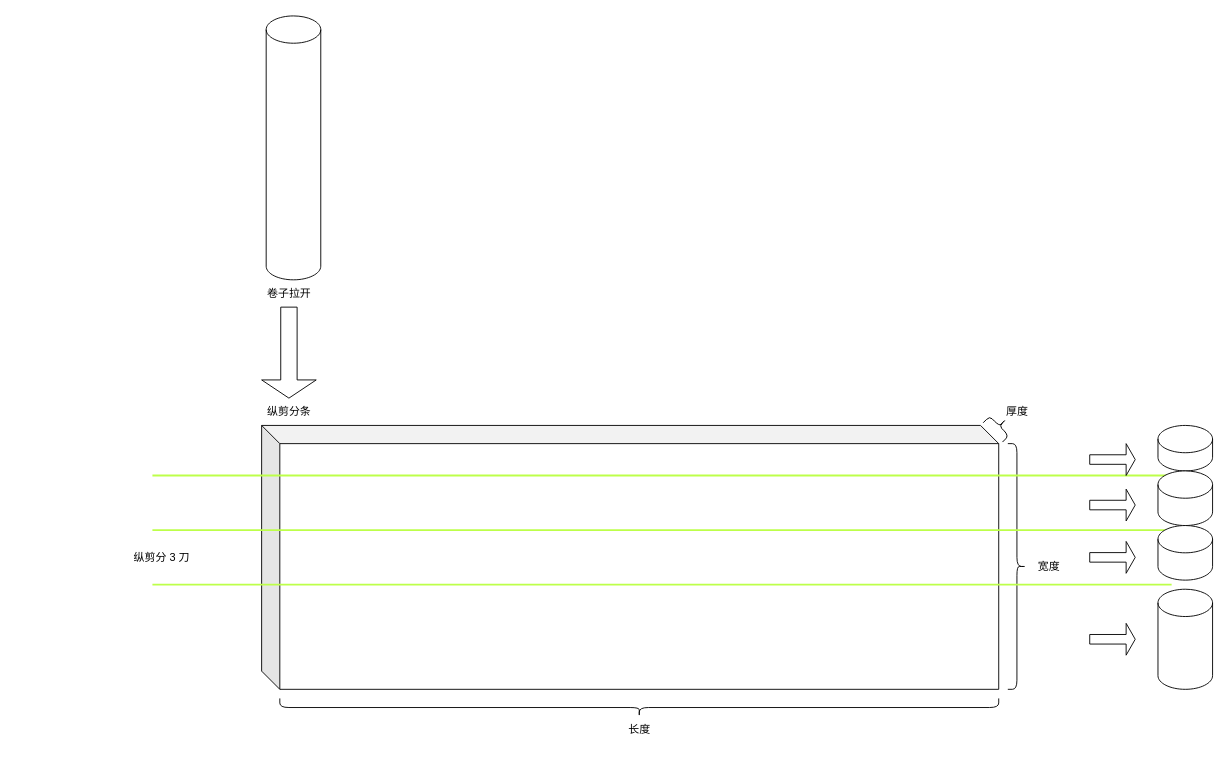
The draw.io diagram 纵剪分条示意图.drawio in A000001/drawing, before the edit. Source tidied: cells renumbered, new cells numbered last; positions are measured from the earlier drawing's top-left corner, leaving out a move shared by most shapes. Both pictures are drawn from the tidied source at 91%, with x=0, y=0 at pixel (125, 15).
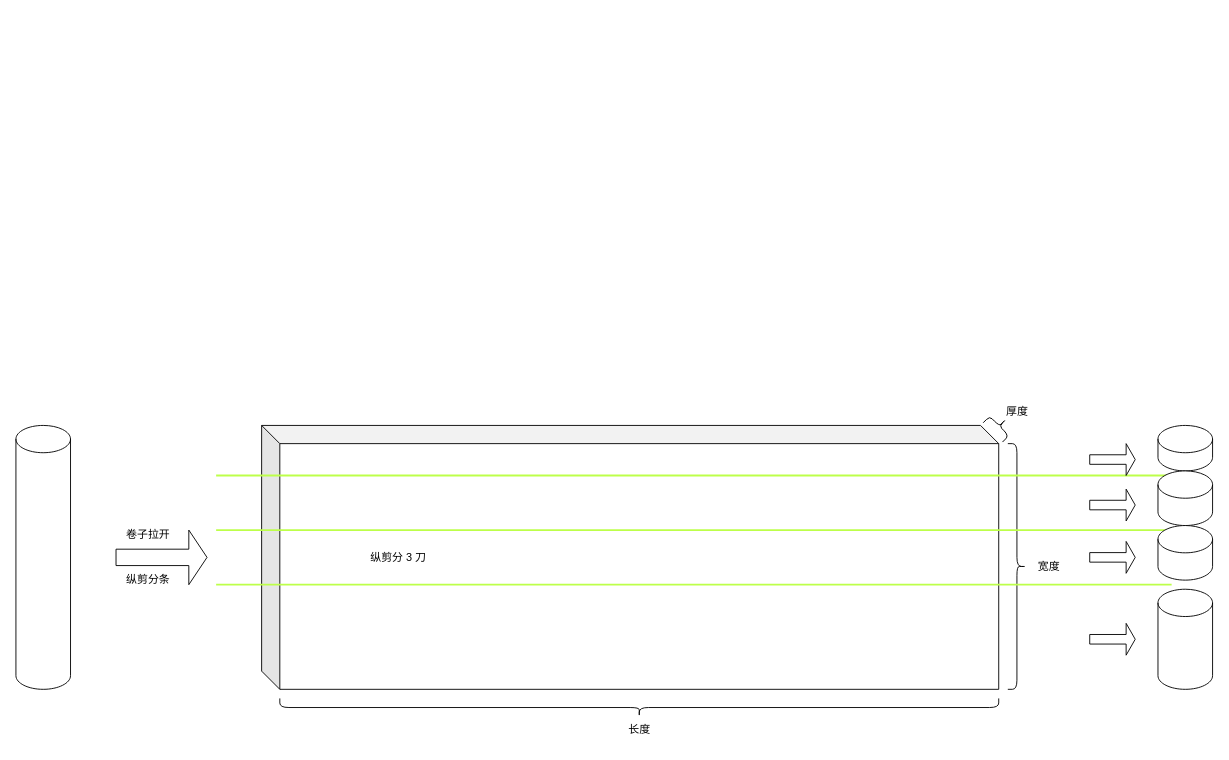
After the change.

Commit message:
更新纵剪分条示意图.drawio

What changed in the source:
```diff
@@
     <mxCell id="9" style="line;strokeWidth=2;html=1;strokeColor=#BDFF4A;" parent="1" vertex="1">
-      <mxGeometry x="30" y="500" width="1120" height="10" as="geometry" />
+      <mxGeometry x="100" y="500" width="1050" height="10" as="geometry" />
     </mxCell>
     <mxCell id="10" style="line;strokeWidth=2;html=1;strokeColor=#BDFF4A;" parent="1" vertex="1">
-      <mxGeometry x="30" y="560" width="1120" height="10" as="geometry" />
+      <mxGeometry x="100" y="560" width="1050" height="10" as="geometry" />
     </mxCell>
     <mxCell id="11" style="line;strokeWidth=2;html=1;strokeColor=#BDFF4A;" parent="1" vertex="1">
-      <mxGeometry x="30" y="620" width="1120" height="10" as="geometry" />
+      <mxGeometry x="100" y="620" width="1050" height="10" as="geometry" />
     </mxCell>
     <mxCell id="12" value="纵剪分 3 刀" style="text;html=1;align=center;verticalAlign=middle;strokeColor=none;fillColor=none;" parent="1" vertex="1">
-      <mxGeometry y="580" width="80" height="30" as="geometry" />
+      <mxGeometry x="260" y="580" width="80" height="30" as="geometry" />
     </mxCell>
-    <mxCell id="13" style="shape=singleArrow;direction=south;whiteSpace=wrap;html=1;strokeColor=#000000;" parent="1" vertex="1">
-      <mxGeometry x="150" y="320" width="60" height="100" as="geometry" />
+    <mxCell id="13" style="shape=singleArrow;direction=east;whiteSpace=wrap;html=1;strokeColor=#000000;" parent="1" vertex="1">
+      <mxGeometry x="-10" y="565" width="100" height="60" as="geometry" />
     </mxCell>
     <mxCell id="14" value="&lt;span style=&quot;&quot;&gt;卷子拉开&lt;/span&gt;" style="text;html=1;align=center;verticalAlign=middle;strokeColor=none;fillColor=none;" parent="1" vertex="1">
-      <mxGeometry x="145" y="290" width="70" height="30" as="geometry" />
+      <mxGeometry x="-10" y="555" width="70" height="30" as="geometry" />
     </mxCell>
     <mxCell id="15" value="纵剪分条" style="text;html=1;align=center;verticalAlign=middle;strokeColor=none;fillColor=none;" parent="1" vertex="1">
-      <mxGeometry x="145" y="420" width="70" height="30" as="geometry" />
+      <mxGeometry x="-10" y="605" width="70" height="30" as="geometry" />
     </mxCell>
     <mxCell id="16" style="shape=cylinder3;whiteSpace=wrap;html=1;boundedLbl=1;backgroundOutline=1;size=15;strokeColor=#000000;" parent="1" vertex="1">
-      <mxGeometry x="155" width="60" height="290" as="geometry" />
+      <mxGeometry x="-120" y="450" width="60" height="290" as="geometry" />
     </mxCell>
```
